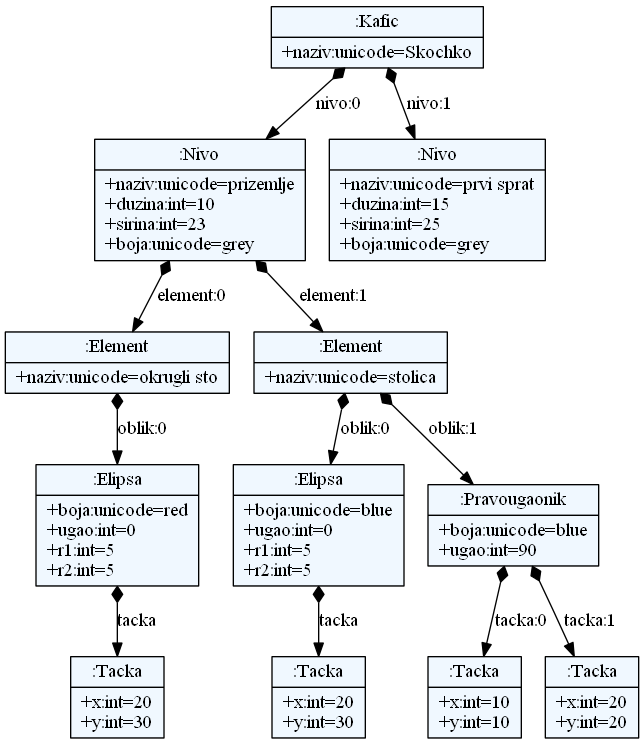
Before: JSDProject/language/model.png, a diagram exported from Graphviz (0xMilica/JSDGenerator). Its source is kept beside it as JSDProject/language/model.dot.
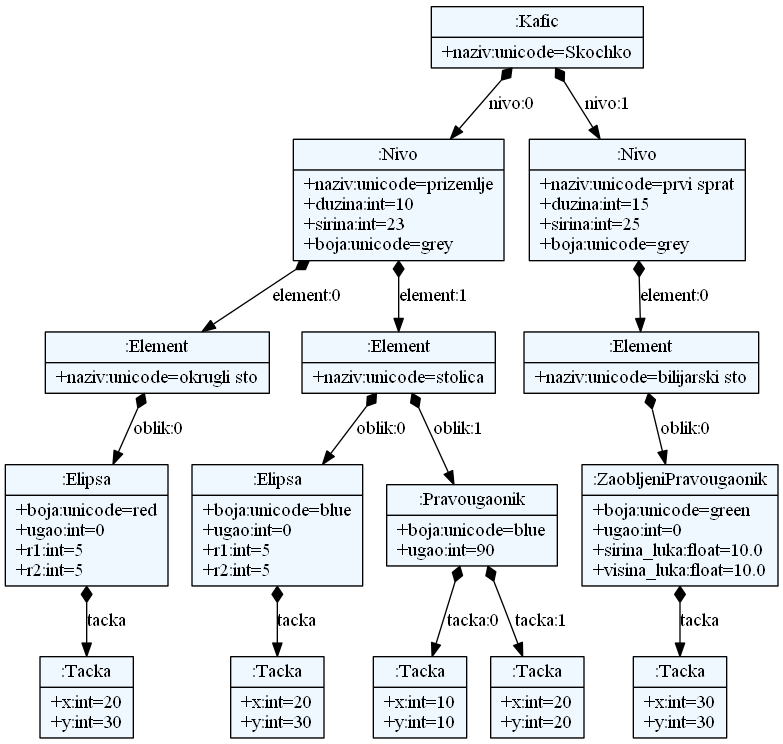
Later version of the same file.

Diff of the diagram source:
```diff
@@ -9,28 +9,34 @@
     edge[dir=black,arrowtail=empty]
 
 
-47966584 -> 52328096 [label="nivo:0" arrowtail=diamond dir=both]
-52328096 -> 52328264 [label="element:0" arrowtail=diamond dir=both]
-52328264 -> 52328432 [label="oblik:0" arrowtail=diamond dir=both]
-52328432 -> 52328544 [label="tacka" arrowtail=diamond dir=both]
-52328544[label="{:Tacka|+x:int=20\l+y:int=30\l}"]
-52328432[label="{:Elipsa|+boja:unicode=red\l+ugao:int=0\l+r1:int=5\l+r2:int=5\l}"]
-52328264[label="{:Element|+naziv:unicode=okrugli sto\l}"]
-52328096 -> 52328320 [label="element:1" arrowtail=diamond dir=both]
-52328320 -> 52328600 [label="oblik:0" arrowtail=diamond dir=both]
-52328600 -> 52328712 [label="tacka" arrowtail=diamond dir=both]
-52328712[label="{:Tacka|+x:int=20\l+y:int=30\l}"]
-52328600[label="{:Elipsa|+boja:unicode=blue\l+ugao:int=0\l+r1:int=5\l+r2:int=5\l}"]
-52328320 -> 52328656 [label="oblik:1" arrowtail=diamond dir=both]
-52328656 -> 52328880 [label="tacka:0" arrowtail=diamond dir=both]
-52328880[label="{:Tacka|+x:int=10\l+y:int=10\l}"]
-52328656 -> 52328936 [label="tacka:1" arrowtail=diamond dir=both]
-52328936[label="{:Tacka|+x:int=20\l+y:int=20\l}"]
-52328656[label="{:Pravougaonik|+boja:unicode=blue\l+ugao:int=90\l}"]
-52328320[label="{:Element|+naziv:unicode=stolica\l}"]
-52328096[label="{:Nivo|+naziv:unicode=prizemlje\l+duzina:int=10\l+sirina:int=23\l+boja:unicode=grey\l}"]
-47966584 -> 52328152 [label="nivo:1" arrowtail=diamond dir=both]
-52328152[label="{:Nivo|+naziv:unicode=prvi sprat\l+duzina:int=15\l+sirina:int=25\l+boja:unicode=grey\l}"]
-47966584[label="{:Kafic|+naziv:unicode=Skochko\l}"]
+47152936 -> 52161952 [label="nivo:0" arrowtail=diamond dir=both]
+52161952 -> 52162512 [label="element:0" arrowtail=diamond dir=both]
+52162512 -> 52515448 [label="oblik:0" arrowtail=diamond dir=both]
+52515448 -> 52515560 [label="tacka" arrowtail=diamond dir=both]
+52515560[label="{:Tacka|+x:int=20\l+y:int=30\l}"]
+52515448[label="{:Elipsa|+boja:unicode=red\l+ugao:int=0\l+r1:int=5\l+r2:int=5\l}"]
+52162512[label="{:Element|+naziv:unicode=okrugli sto\l}"]
+52161952 -> 52138784 [label="element:1" arrowtail=diamond dir=both]
+52138784 -> 52515616 [label="oblik:0" arrowtail=diamond dir=both]
+52515616 -> 52515728 [label="tacka" arrowtail=diamond dir=both]
+52515728[label="{:Tacka|+x:int=20\l+y:int=30\l}"]
+52515616[label="{:Elipsa|+boja:unicode=blue\l+ugao:int=0\l+r1:int=5\l+r2:int=5\l}"]
+52138784 -> 52515672 [label="oblik:1" arrowtail=diamond dir=both]
+52515672 -> 52515896 [label="tacka:0" arrowtail=diamond dir=both]
+52515896[label="{:Tacka|+x:int=10\l+y:int=10\l}"]
+52515672 -> 52515952 [label="tacka:1" arrowtail=diamond dir=both]
+52515952[label="{:Tacka|+x:int=20\l+y:int=20\l}"]
+52515672[label="{:Pravougaonik|+boja:unicode=blue\l+ugao:int=90\l}"]
+52138784[label="{:Element|+naziv:unicode=stolica\l}"]
+52161952[label="{:Nivo|+naziv:unicode=prizemlje\l+duzina:int=10\l+sirina:int=23\l+boja:unicode=grey\l}"]
+47152936 -> 52162400 [label="nivo:1" arrowtail=diamond dir=both]
+52162400 -> 52515504 [label="element:0" arrowtail=diamond dir=both]
+52515504 -> 52516008 [label="oblik:0" arrowtail=diamond dir=both]
+52516008 -> 52516120 [label="tacka" arrowtail=diamond dir=both]
+52516120[label="{:Tacka|+x:int=30\l+y:int=30\l}"]
+52516008[label="{:ZaobljeniPravougaonik|+boja:unicode=green\l+ugao:int=0\l+sirina_luka:float=10.0\l+visina_luka:float=10.0\l}"]
+52515504[label="{:Element|+naziv:unicode=bilijarski sto\l}"]
+52162400[label="{:Nivo|+naziv:unicode=prvi sprat\l+duzina:int=15\l+sirina:int=25\l+boja:unicode=grey\l}"]
+47152936[label="{:Kafic|+naziv:unicode=Skochko\l}"]
 
 }
```
